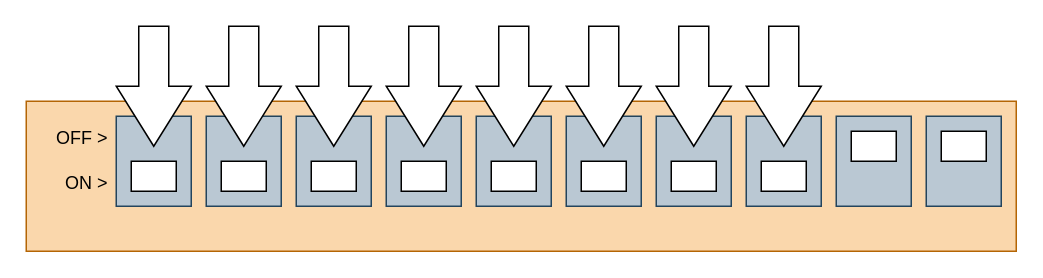
Above: diagrams/dip_switches/dhcp.dio in show-io/showio-docs (draw.io), before the change. Source tidied: cells renumbered, new cells numbered last; positions are measured from the earlier drawing's top-left corner, leaving out a move shared by most shapes. Both pictures are drawn from the tidied source at 150%, with x=0, y=0 at pixel (26, 26).
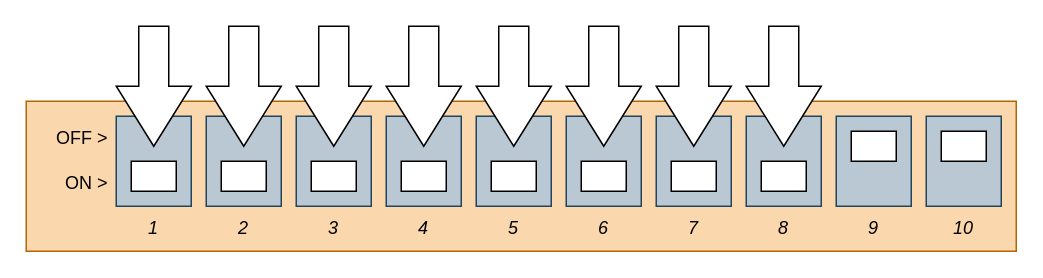
The same page after the edit.

What changed in the source:
```diff
@@
+    <mxCell id="33" value="&lt;i&gt;1&lt;/i&gt;" style="text;html=1;align=center;verticalAlign=middle;whiteSpace=wrap;rounded=0;" parent="1" vertex="1">
+      <mxGeometry x="60" y="120" width="50" height="30" as="geometry" />
+    </mxCell>
+    <mxCell id="34" value="&lt;i&gt;2&lt;/i&gt;" style="text;html=1;align=center;verticalAlign=middle;whiteSpace=wrap;rounded=0;" parent="1" vertex="1">
+      <mxGeometry x="120" y="120" width="50" height="30" as="geometry" />
+    </mxCell>
+    <mxCell id="35" value="&lt;i&gt;3&lt;/i&gt;" style="text;html=1;align=center;verticalAlign=middle;whiteSpace=wrap;rounded=0;" parent="1" vertex="1">
+      <mxGeometry x="180" y="120" width="50" height="30" as="geometry" />
+    </mxCell>
+    <mxCell id="36" value="&lt;i&gt;4&lt;/i&gt;" style="text;html=1;align=center;verticalAlign=middle;whiteSpace=wrap;rounded=0;" parent="1" vertex="1">
+      <mxGeometry x="240" y="120" width="50" height="30" as="geometry" />
+    </mxCell>
+    <mxCell id="37" value="&lt;i&gt;5&lt;/i&gt;" style="text;html=1;align=center;verticalAlign=middle;whiteSpace=wrap;rounded=0;" parent="1" vertex="1">
+      <mxGeometry x="300" y="120" width="50" height="30" as="geometry" />
+    </mxCell>
+    <mxCell id="38" value="&lt;i&gt;6&lt;/i&gt;" style="text;html=1;align=center;verticalAlign=middle;whiteSpace=wrap;rounded=0;" parent="1" vertex="1">
+      <mxGeometry x="360" y="120" width="50" height="30" as="geometry" />
+    </mxCell>
+    <mxCell id="39" value="&lt;i&gt;7&lt;/i&gt;" style="text;html=1;align=center;verticalAlign=middle;whiteSpace=wrap;rounded=0;" parent="1" vertex="1">
+      <mxGeometry x="420" y="120" width="50" height="30" as="geometry" />
+    </mxCell>
+    <mxCell id="40" value="&lt;i&gt;8&lt;/i&gt;" style="text;html=1;align=center;verticalAlign=middle;whiteSpace=wrap;rounded=0;" parent="1" vertex="1">
+      <mxGeometry x="480" y="120" width="50" height="30" as="geometry" />
+    </mxCell>
+    <mxCell id="41" value="&lt;i&gt;9&lt;/i&gt;" style="text;html=1;align=center;verticalAlign=middle;whiteSpace=wrap;rounded=0;" parent="1" vertex="1">
+      <mxGeometry x="540" y="120" width="50" height="30" as="geometry" />
+    </mxCell>
+    <mxCell id="42" value="&lt;i&gt;10&lt;/i&gt;" style="text;html=1;align=center;verticalAlign=middle;whiteSpace=wrap;rounded=0;" parent="1" vertex="1">
+      <mxGeometry x="600" y="120" width="50" height="30" as="geometry" />
+    </mxCell>
```
